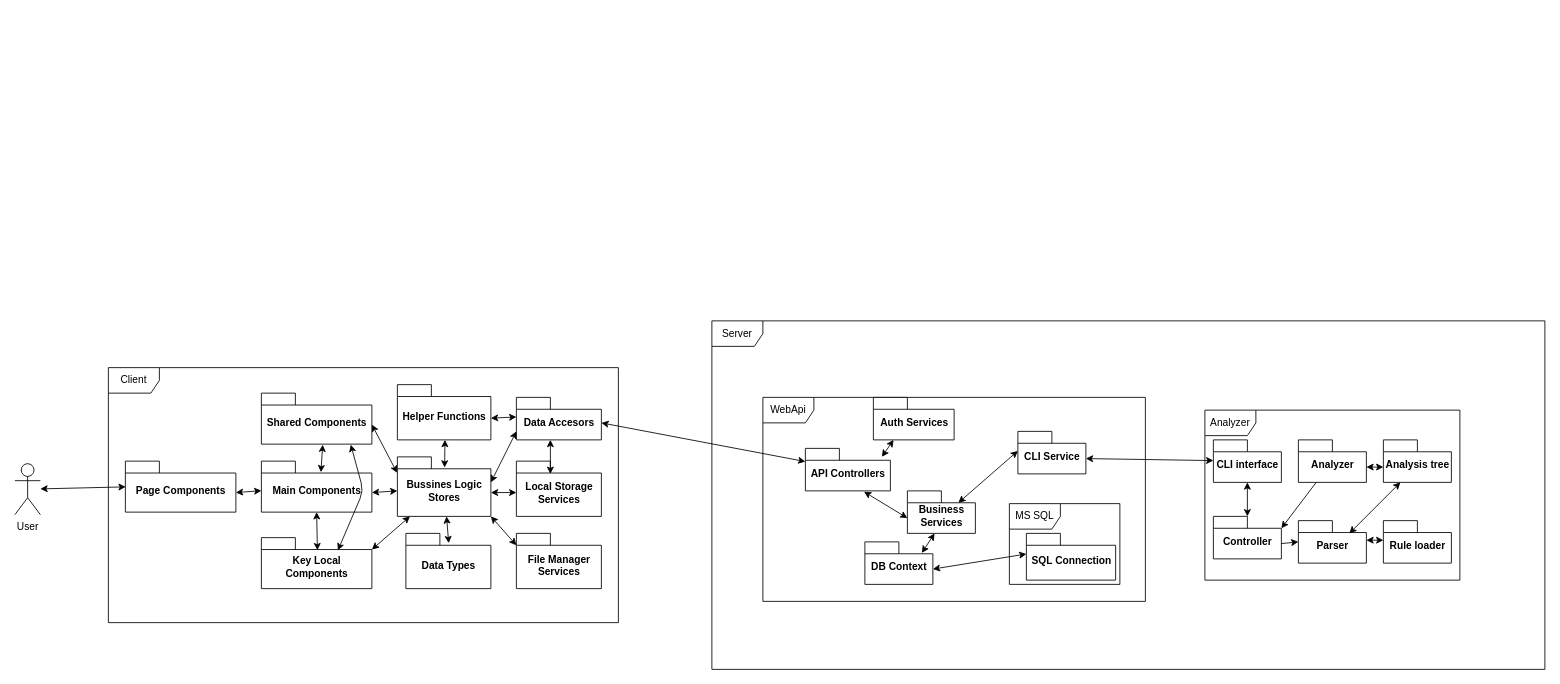
Above: documentation/diagrams/arhitecture.drawio in Akitektuo/Thesis (draw.io), before the change. Source tidied: cells renumbered, new cells numbered last; positions are measured from the earlier drawing's top-left corner, leaving out a move shared by most shapes. Both pictures are drawn from the tidied source at 85%, with x=0, y=0 at pixel (14, 320).
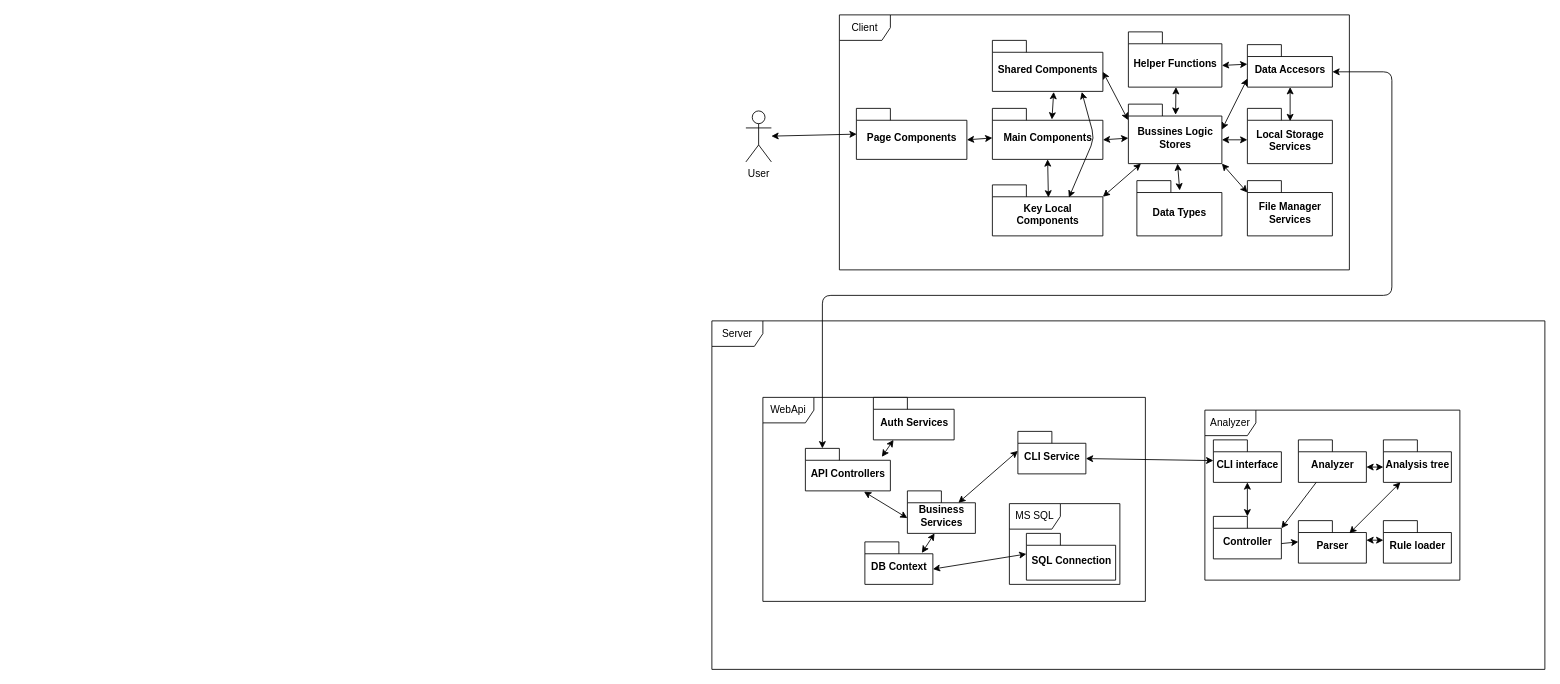
After the change.

The change refers to these unchanged cells:
```xml
<mxCell id="24" value="API Controllers" style="shape=folder;fontStyle=1;spacingTop=10;tabWidth=40;tabHeight=14;tabPosition=left;html=1;" parent="1" vertex="1">
  <mxGeometry x="930" y="150" width="100" height="50" as="geometry" />
</mxCell>
```

Diff of the diagram source:
```diff
@@
-    <mxCell id="5" value="Client" style="shape=umlFrame;whiteSpace=wrap;html=1;" parent="1" vertex="1">
-      <mxGeometry x="110" y="55" width="600" height="300" as="geometry" />
-    </mxCell>
@@
+    <mxCell id="57" style="endArrow=classic;startArrow=classic;html=1;entryX=0;entryY=0;entryDx=20;entryDy=0;entryPerimeter=0;exitX=0;exitY=0;exitDx=100;exitDy=32;exitPerimeter=0;" parent="1" edge="1" source="31" target="24">
+      <mxGeometry relative="1" as="geometry">
+        <Array as="points">
+          <mxPoint x="1620" y="-293" />
+          <mxPoint x="1620" y="-30" />
+          <mxPoint x="950" y="-30" />
+        </Array>
+      </mxGeometry>
+    </mxCell>
+    <mxCell id="58" style="group;" parent="1" vertex="1">
+      <mxGeometry x="860" y="-360" width="710" height="300" as="geometry" />
+    </mxCell>
+    <mxCell id="5" value="Client" style="shape=umlFrame;whiteSpace=wrap;html=1;" parent="58" vertex="1">
+      <mxGeometry x="110" width="600" height="300" as="geometry" />
+    </mxCell>
-    <mxCell id="31" value="Data Accesors" style="shape=folder;fontStyle=1;spacingTop=10;tabWidth=40;tabHeight=14;tabPosition=left;html=1;" parent="1" vertex="1">
-      <mxGeometry x="590" y="90" width="100" height="50" as="geometry" />
+    <mxCell id="31" value="Data Accesors" style="shape=folder;fontStyle=1;spacingTop=10;tabWidth=40;tabHeight=14;tabPosition=left;html=1;" parent="58" vertex="1">
+      <mxGeometry x="590" y="35" width="100" height="50" as="geometry" />
     </mxCell>
-    <mxCell id="32" value="Bussines Logic&lt;br&gt;Stores" style="shape=folder;fontStyle=1;spacingTop=10;tabWidth=40;tabHeight=14;tabPosition=left;html=1;" parent="1" vertex="1">
-      <mxGeometry x="450" y="160" width="110" height="70" as="geometry" />
+    <mxCell id="32" value="Bussines Logic&lt;br&gt;Stores" style="shape=folder;fontStyle=1;spacingTop=10;tabWidth=40;tabHeight=14;tabPosition=left;html=1;" parent="58" vertex="1">
+      <mxGeometry x="450" y="105" width="110" height="70" as="geometry" />
     </mxCell>
-    <mxCell id="33" value="Local Storage&lt;br&gt;Services" style="shape=folder;fontStyle=1;spacingTop=10;tabWidth=40;tabHeight=14;tabPosition=left;html=1;" parent="1" vertex="1">
-      <mxGeometry x="590" y="165" width="100" height="65" as="geometry" />
+    <mxCell id="33" value="Local Storage&lt;br&gt;Services" style="shape=folder;fontStyle=1;spacingTop=10;tabWidth=40;tabHeight=14;tabPosition=left;html=1;" parent="58" vertex="1">
+      <mxGeometry x="590" y="110" width="100" height="65" as="geometry" />
     </mxCell>
-    <mxCell id="34" value="File Manager&lt;br&gt;Services" style="shape=folder;fontStyle=1;spacingTop=10;tabWidth=40;tabHeight=14;tabPosition=left;html=1;" parent="1" vertex="1">
-      <mxGeometry x="590" y="250" width="100" height="65" as="geometry" />
+    <mxCell id="34" value="File Manager&lt;br&gt;Services" style="shape=folder;fontStyle=1;spacingTop=10;tabWidth=40;tabHeight=14;tabPosition=left;html=1;" parent="58" vertex="1">
+      <mxGeometry x="590" y="195" width="100" height="65" as="geometry" />
     </mxCell>
-    <mxCell id="35" value="Data Types" style="shape=folder;fontStyle=1;spacingTop=10;tabWidth=40;tabHeight=14;tabPosition=left;html=1;" parent="1" vertex="1">
-      <mxGeometry x="460" y="250" width="100" height="65" as="geometry" />
+    <mxCell id="35" value="Data Types" style="shape=folder;fontStyle=1;spacingTop=10;tabWidth=40;tabHeight=14;tabPosition=left;html=1;" parent="58" vertex="1">
+      <mxGeometry x="460" y="195" width="100" height="65" as="geometry" />
     </mxCell>
-    <mxCell id="36" value="Helper Functions" style="shape=folder;fontStyle=1;spacingTop=10;tabWidth=40;tabHeight=14;tabPosition=left;html=1;" parent="1" vertex="1">
-      <mxGeometry x="450" y="75" width="110" height="65" as="geometry" />
+    <mxCell id="36" value="Helper Functions" style="shape=folder;fontStyle=1;spacingTop=10;tabWidth=40;tabHeight=14;tabPosition=left;html=1;" parent="58" vertex="1">
+      <mxGeometry x="450" y="20" width="110" height="65" as="geometry" />
     </mxCell>
-    <mxCell id="37" value="Shared Components" style="shape=folder;fontStyle=1;spacingTop=10;tabWidth=40;tabHeight=14;tabPosition=left;html=1;" parent="1" vertex="1">
-      <mxGeometry x="290" y="85" width="130" height="60" as="geometry" />
+    <mxCell id="37" value="Shared Components" style="shape=folder;fontStyle=1;spacingTop=10;tabWidth=40;tabHeight=14;tabPosition=left;html=1;" parent="58" vertex="1">
+      <mxGeometry x="290" y="30" width="130" height="60" as="geometry" />
     </mxCell>
-    <mxCell id="38" value="Key Local&lt;br&gt;Components" style="shape=folder;fontStyle=1;spacingTop=10;tabWidth=40;tabHeight=14;tabPosition=left;html=1;" parent="1" vertex="1">
-      <mxGeometry x="290" y="255" width="130" height="60" as="geometry" />
+    <mxCell id="38" value="Key Local&lt;br&gt;Components" style="shape=folder;fontStyle=1;spacingTop=10;tabWidth=40;tabHeight=14;tabPosition=left;html=1;" parent="58" vertex="1">
+      <mxGeometry x="290" y="200" width="130" height="60" as="geometry" />
     </mxCell>
-    <mxCell id="39" value="Main Components" style="shape=folder;fontStyle=1;spacingTop=10;tabWidth=40;tabHeight=14;tabPosition=left;html=1;" parent="1" vertex="1">
-      <mxGeometry x="290" y="165" width="130" height="60" as="geometry" />
+    <mxCell id="39" value="Main Components" style="shape=folder;fontStyle=1;spacingTop=10;tabWidth=40;tabHeight=14;tabPosition=left;html=1;" parent="58" vertex="1">
+      <mxGeometry x="290" y="110" width="130" height="60" as="geometry" />
     </mxCell>
-    <mxCell id="40" value="Page Components" style="shape=folder;fontStyle=1;spacingTop=10;tabWidth=40;tabHeight=14;tabPosition=left;html=1;" parent="1" vertex="1">
-      <mxGeometry x="130" y="165" width="130" height="60" as="geometry" />
+    <mxCell id="40" value="Page Components" style="shape=folder;fontStyle=1;spacingTop=10;tabWidth=40;tabHeight=14;tabPosition=left;html=1;" parent="58" vertex="1">
+      <mxGeometry x="130" y="110" width="130" height="60" as="geometry" />
     </mxCell>
-    <mxCell id="41" value="User" style="shape=umlActor;verticalLabelPosition=bottom;verticalAlign=top;html=1;" parent="1" vertex="1">
-      <mxGeometry y="168" width="30" height="60" as="geometry" />
+    <mxCell id="41" value="User" style="shape=umlActor;verticalLabelPosition=bottom;verticalAlign=top;html=1;" parent="58" vertex="1">
+      <mxGeometry y="113" width="30" height="60" as="geometry" />
     </mxCell>
-    <mxCell id="42" style="endArrow=classic;startArrow=classic;html=1;entryX=0.003;entryY=0.505;entryDx=0;entryDy=0;entryPerimeter=0;" parent="1" edge="1" source="41" target="40">
+    <mxCell id="42" style="endArrow=classic;startArrow=classic;html=1;entryX=0.003;entryY=0.505;entryDx=0;entryDy=0;entryPerimeter=0;" parent="58" edge="1" source="41" target="40">
       <mxGeometry relative="1" as="geometry" />
     </mxCell>
-    <mxCell id="43" style="endArrow=classic;startArrow=classic;html=1;exitX=0.809;exitY=1.011;exitDx=0;exitDy=0;exitPerimeter=0;" parent="1" edge="1" source="37">
+    <mxCell id="43" style="endArrow=classic;startArrow=classic;html=1;exitX=0.809;exitY=1.011;exitDx=0;exitDy=0;exitPerimeter=0;" parent="58" edge="1" source="37">
       <mxGeometry relative="1" as="geometry">
-        <mxPoint x="380" y="270" as="targetPoint" />
+        <mxPoint x="380" y="215" as="targetPoint" />
         <Array as="points">
-          <mxPoint x="410" y="200" />
+          <mxPoint x="410" y="145" />
         </Array>
       </mxGeometry>
     </mxCell>
-    <mxCell id="44" style="endArrow=classic;startArrow=classic;html=1;entryX=0.555;entryY=1.011;entryDx=0;entryDy=0;entryPerimeter=0;exitX=0.539;exitY=0.218;exitDx=0;exitDy=0;exitPerimeter=0;" parent="1" edge="1" source="39" target="37">
+    <mxCell id="44" style="endArrow=classic;startArrow=classic;html=1;entryX=0.555;entryY=1.011;entryDx=0;entryDy=0;entryPerimeter=0;exitX=0.539;exitY=0.218;exitDx=0;exitDy=0;exitPerimeter=0;" parent="58" edge="1" source="39" target="37">
       <mxGeometry relative="1" as="geometry" />
     </mxCell>
-    <mxCell id="45" style="endArrow=classic;startArrow=classic;html=1;entryX=0.507;entryY=0.247;entryDx=0;entryDy=0;entryPerimeter=0;exitX=0.5;exitY=1;exitDx=0;exitDy=0;exitPerimeter=0;" parent="1" edge="1" source="39" target="38">
+    <mxCell id="45" style="endArrow=classic;startArrow=classic;html=1;entryX=0.507;entryY=0.247;entryDx=0;entryDy=0;entryPerimeter=0;exitX=0.5;exitY=1;exitDx=0;exitDy=0;exitPerimeter=0;" parent="58" edge="1" source="39" target="38">
       <mxGeometry relative="1" as="geometry" />
     </mxCell>
-    <mxCell id="46" style="endArrow=classic;startArrow=classic;html=1;exitX=0;exitY=0;exitDx=130;exitDy=37;exitPerimeter=0;" parent="1" edge="1" source="40" target="39">
+    <mxCell id="46" style="endArrow=classic;startArrow=classic;html=1;exitX=0;exitY=0;exitDx=130;exitDy=37;exitPerimeter=0;" parent="58" edge="1" source="40" target="39">
       <mxGeometry relative="1" as="geometry" />
     </mxCell>
-    <mxCell id="47" style="endArrow=classic;startArrow=classic;html=1;exitX=0;exitY=0;exitDx=130;exitDy=37;exitPerimeter=0;" parent="1" edge="1" source="39">
+    <mxCell id="47" style="endArrow=classic;startArrow=classic;html=1;exitX=0;exitY=0;exitDx=130;exitDy=37;exitPerimeter=0;" parent="58" edge="1" source="39">
       <mxGeometry relative="1" as="geometry">
-        <mxPoint x="450" y="200" as="targetPoint" />
+        <mxPoint x="450" y="145" as="targetPoint" />
       </mxGeometry>
     </mxCell>
-    <mxCell id="48" style="endArrow=classic;startArrow=classic;html=1;exitX=0;exitY=0;exitDx=130;exitDy=14;exitPerimeter=0;" parent="1" edge="1" source="38" target="32">
+    <mxCell id="48" style="endArrow=classic;startArrow=classic;html=1;exitX=0;exitY=0;exitDx=130;exitDy=14;exitPerimeter=0;" parent="58" edge="1" source="38" target="32">
       <mxGeometry relative="1" as="geometry" />
     </mxCell>
-    <mxCell id="49" style="endArrow=classic;startArrow=classic;html=1;exitX=0;exitY=0;exitDx=130;exitDy=37;exitPerimeter=0;entryX=-0.003;entryY=0.268;entryDx=0;entryDy=0;entryPerimeter=0;" parent="1" edge="1" source="37" target="32">
+    <mxCell id="49" style="endArrow=classic;startArrow=classic;html=1;exitX=0;exitY=0;exitDx=130;exitDy=37;exitPerimeter=0;entryX=-0.003;entryY=0.268;entryDx=0;entryDy=0;entryPerimeter=0;" parent="58" edge="1" source="37" target="32">
       <mxGeometry relative="1" as="geometry" />
     </mxCell>
-    <mxCell id="50" style="endArrow=classic;startArrow=classic;html=1;entryX=0.505;entryY=0.179;entryDx=0;entryDy=0;entryPerimeter=0;" parent="1" edge="1" target="32">
+    <mxCell id="50" style="endArrow=classic;startArrow=classic;html=1;entryX=0.505;entryY=0.179;entryDx=0;entryDy=0;entryPerimeter=0;" parent="58" edge="1" target="32">
       <mxGeometry relative="1" as="geometry">
-        <mxPoint x="506" y="140" as="sourcePoint" />
+        <mxPoint x="506" y="85" as="sourcePoint" />
       </mxGeometry>
     </mxCell>
-    <mxCell id="51" style="endArrow=classic;startArrow=classic;html=1;exitX=0.504;exitY=0.177;exitDx=0;exitDy=0;exitPerimeter=0;" parent="1" edge="1" source="35" target="32">
+    <mxCell id="51" style="endArrow=classic;startArrow=classic;html=1;exitX=0.504;exitY=0.177;exitDx=0;exitDy=0;exitPerimeter=0;" parent="58" edge="1" source="35" target="32">
       <mxGeometry relative="1" as="geometry" />
     </mxCell>
-    <mxCell id="52" style="endArrow=classic;startArrow=classic;html=1;" parent="1" edge="1">
+    <mxCell id="52" style="endArrow=classic;startArrow=classic;html=1;" parent="58" edge="1">
       <mxGeometry relative="1" as="geometry">
-        <mxPoint x="560" y="190" as="sourcePoint" />
-        <mxPoint x="590" y="130" as="targetPoint" />
+        <mxPoint x="560" y="135" as="sourcePoint" />
+        <mxPoint x="590" y="75" as="targetPoint" />
       </mxGeometry>
     </mxCell>
-    <mxCell id="53" style="endArrow=classic;startArrow=classic;html=1;entryX=0;entryY=0;entryDx=0;entryDy=23;entryPerimeter=0;exitX=0;exitY=0;exitDx=110;exitDy=39.5;exitPerimeter=0;" parent="1" edge="1" source="36" target="31">
+    <mxCell id="53" style="endArrow=classic;startArrow=classic;html=1;entryX=0;entryY=0;entryDx=0;entryDy=23;entryPerimeter=0;exitX=0;exitY=0;exitDx=110;exitDy=39.5;exitPerimeter=0;" parent="58" edge="1" source="36" target="31">
       <mxGeometry relative="1" as="geometry" />
     </mxCell>
-    <mxCell id="54" style="endArrow=classic;startArrow=classic;html=1;exitX=0;exitY=0;exitDx=110;exitDy=42;exitPerimeter=0;" parent="1" edge="1" source="32">
+    <mxCell id="54" style="endArrow=classic;startArrow=classic;html=1;exitX=0;exitY=0;exitDx=110;exitDy=42;exitPerimeter=0;" parent="58" edge="1" source="32">
       <mxGeometry relative="1" as="geometry">
-        <mxPoint x="590" y="202" as="targetPoint" />
+        <mxPoint x="590" y="147" as="targetPoint" />
       </mxGeometry>
     </mxCell>
-    <mxCell id="55" style="endArrow=classic;startArrow=classic;html=1;" parent="1" edge="1">
+    <mxCell id="55" style="endArrow=classic;startArrow=classic;html=1;" parent="58" edge="1">
       <mxGeometry relative="1" as="geometry">
-        <mxPoint x="630" y="140" as="sourcePoint" />
-        <mxPoint x="630" y="180" as="targetPoint" />
+        <mxPoint x="640.3" y="85" as="sourcePoint" />
+        <mxPoint x="640.3" y="125" as="targetPoint" />
       </mxGeometry>
     </mxCell>
-    <mxCell id="56" style="endArrow=classic;startArrow=classic;html=1;entryX=0;entryY=0;entryDx=0;entryDy=14;entryPerimeter=0;exitX=0;exitY=0;exitDx=110;exitDy=70;exitPerimeter=0;" parent="1" edge="1" source="32" target="34">
+    <mxCell id="56" style="endArrow=classic;startArrow=classic;html=1;entryX=0;entryY=0;entryDx=0;entryDy=14;entryPerimeter=0;exitX=0;exitY=0;exitDx=110;exitDy=70;exitPerimeter=0;" parent="58" edge="1" source="32" target="34">
       <mxGeometry relative="1" as="geometry" />
     </mxCell>
-    <mxCell id="57" style="endArrow=classic;startArrow=classic;html=1;" parent="1" edge="1" target="24">
-      <mxGeometry relative="1" as="geometry">
-        <mxPoint x="690" y="120" as="sourcePoint" />
-      </mxGeometry>
-    </mxCell>
```
